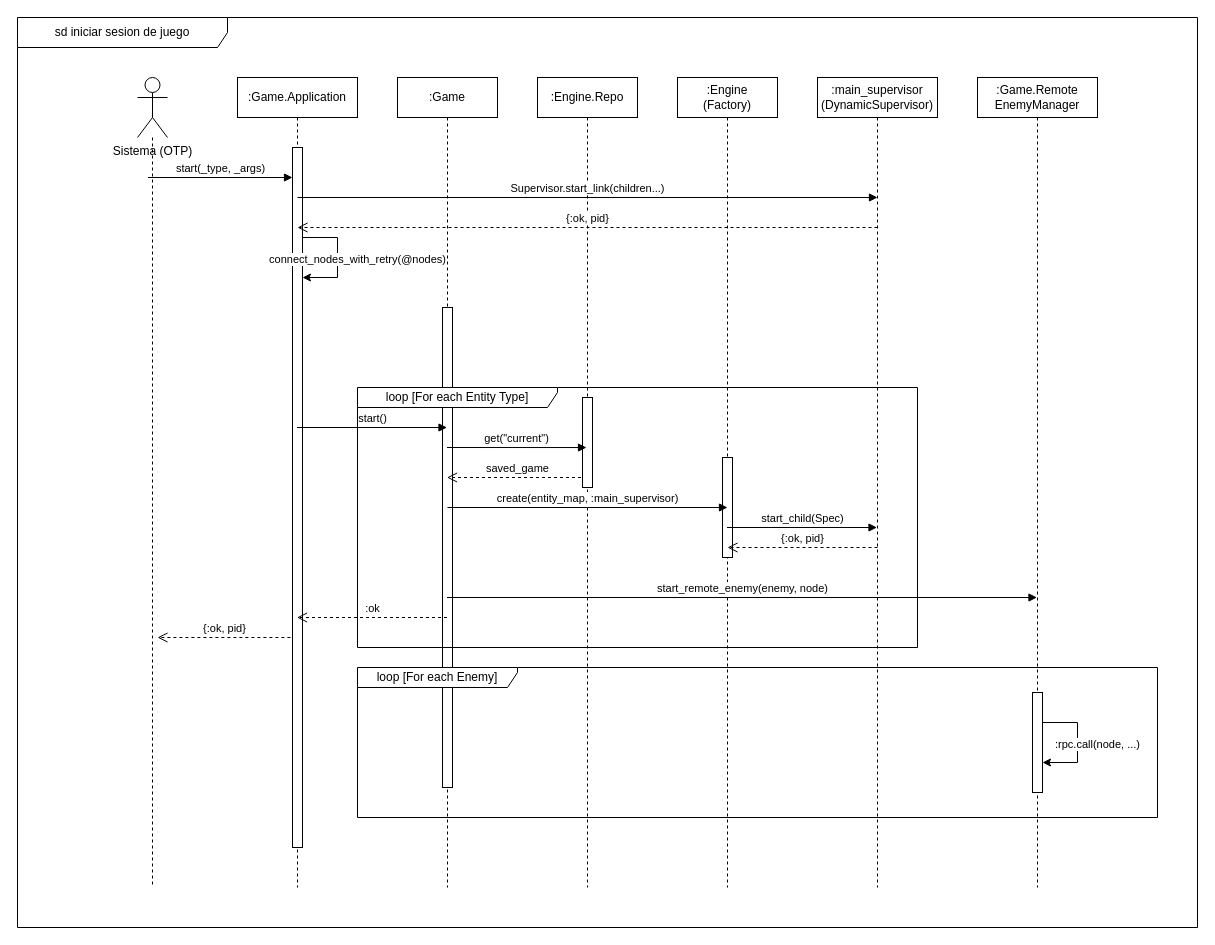
This is document/tex_files/mainmatter/chapter_5/images/design_game/secuence_diagrams/start_game_session.drawio from ThAlsay/Hephaestus, a draw.io file, before an edit. Source tidied: cells renumbered, new cells numbered last; positions are measured from the earlier drawing's top-left corner, leaving out a move shared by most shapes. Both pictures are drawn from the tidied source at 100%, with x=0, y=0 at pixel (17, 17).
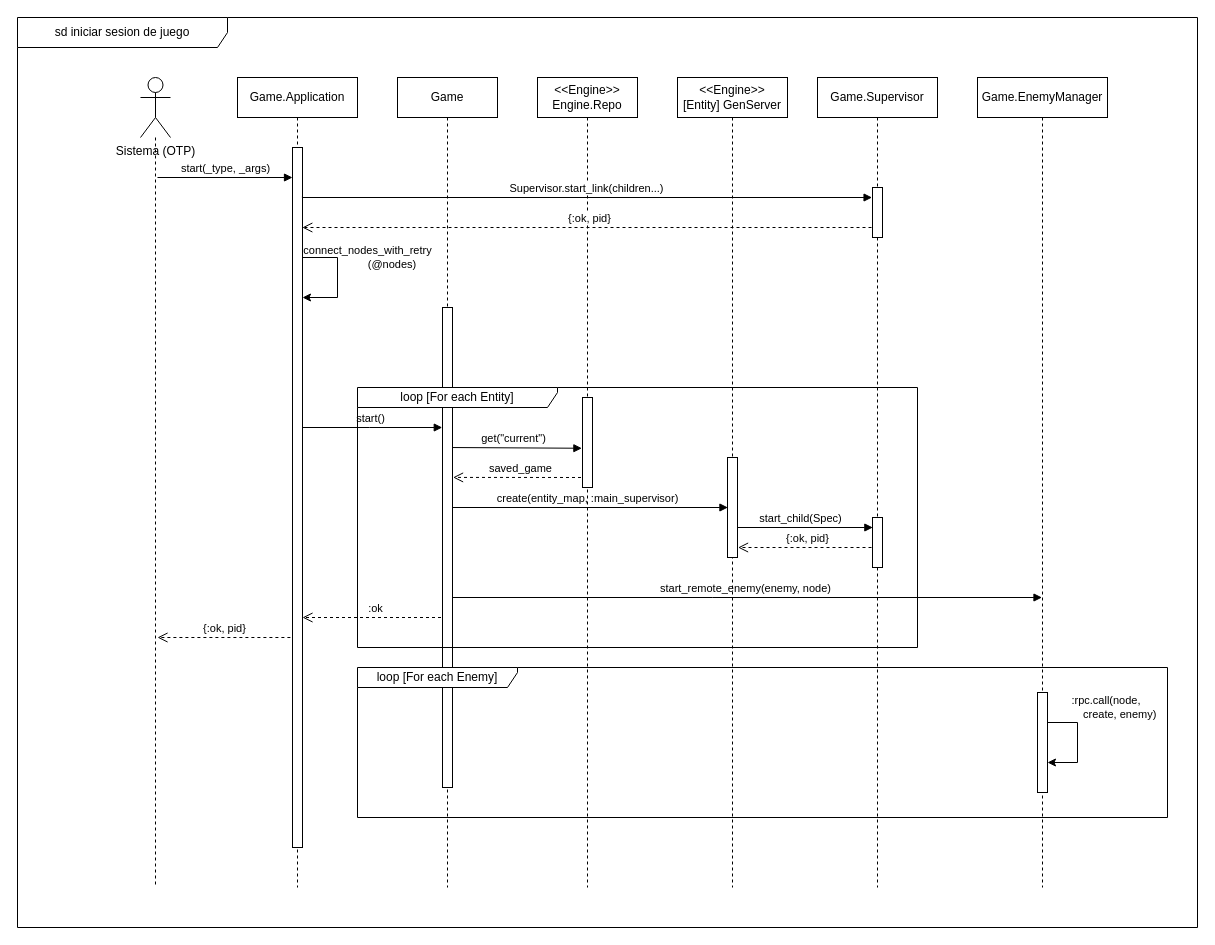
The same page after the edit.

Unchanged cells that the change refers to:
```xml
<mxCell id="9" style="html=1;points=[];perimeter=orthogonalPerimeter;" parent="8" vertex="1">
  <mxGeometry x="45" y="230" width="10" height="480" as="geometry" />
</mxCell>
<mxCell id="29" style="html=1;points=[];perimeter=orthogonalPerimeter;fillColor=default;" parent="1" vertex="1">
  <mxGeometry x="565" y="380" width="10" height="90" as="geometry" />
</mxCell>
```

What changed in the source:
```diff
@@
+    <mxCell id="23" value="create(entity_map, :main_supervisor)" style="html=1;verticalAlign=bottom;endArrow=block;edgeStyle=elbowEdgeStyle;elbow=vertical;curved=0;rounded=0;entryX=0.044;entryY=0.496;entryDx=0;entryDy=0;entryPerimeter=0;" parent="1" edge="1" target="12">
+      <mxGeometry relative="1" as="geometry">
+        <mxPoint x="430" y="490" as="sourcePoint" />
+      </mxGeometry>
+    </mxCell>
+    <mxCell id="27" value="start_remote_enemy(enemy, node)" style="html=1;verticalAlign=bottom;endArrow=block;edgeStyle=elbowEdgeStyle;elbow=vertical;curved=0;rounded=0;" parent="1" edge="1" target="15">
+      <mxGeometry relative="1" as="geometry">
+        <mxPoint x="429.5" y="580" as="sourcePoint" />
+      </mxGeometry>
+    </mxCell>
+    <mxCell id="24" value="start_child(Spec)" style="html=1;verticalAlign=bottom;endArrow=block;edgeStyle=elbowEdgeStyle;elbow=vertical;curved=0;rounded=0;entryX=0.035;entryY=0.184;entryDx=0;entryDy=0;entryPerimeter=0;" parent="1" edge="1" target="33">
+      <mxGeometry relative="1" as="geometry">
+        <mxPoint x="709.5" y="510" as="sourcePoint" />
+      </mxGeometry>
+    </mxCell>
+    <mxCell id="30" value="get(&quot;current&quot;)" style="html=1;verticalAlign=bottom;endArrow=block;elbow=vertical;rounded=0;entryX=-0.062;entryY=0.564;entryDx=0;entryDy=0;entryPerimeter=0;" parent="1" edge="1" target="29">
+      <mxGeometry relative="1" as="geometry">
+        <mxPoint x="429.5" y="430" as="sourcePoint" />
+      </mxGeometry>
+    </mxCell>
+    <mxCell id="20" value="start()" style="html=1;verticalAlign=bottom;endArrow=block;edgeStyle=elbowEdgeStyle;elbow=vertical;curved=0;rounded=0;entryX=-0.023;entryY=0.25;entryDx=0;entryDy=0;entryPerimeter=0;" parent="1" edge="1" target="9">
+      <mxGeometry relative="1" as="geometry">
+        <mxPoint x="279.5" y="410" as="sourcePoint" />
+      </mxGeometry>
+    </mxCell>
+    <mxCell id="28" value=":ok" style="html=1;verticalAlign=bottom;endArrow=open;dashed=1;endSize=8;edgeStyle=elbowEdgeStyle;elbow=vertical;curved=0;rounded=0;entryX=1;entryY=0.671;entryDx=0;entryDy=0;entryPerimeter=0;" parent="1" edge="1" target="5">
+      <mxGeometry relative="1" as="geometry">
+        <mxPoint x="429.5" y="600" as="sourcePoint" />
+      </mxGeometry>
+    </mxCell>
     <mxCell id="2" value="Sistema (OTP)" style="shape=umlActor;verticalLabelPosition=bottom;verticalAlign=top;html=1;outlineConnect=0;" parent="1" vertex="1">
-      <mxGeometry x="120" y="60" width="30" height="60" as="geometry" />
+      <mxGeometry x="123" y="60" width="30" height="60" as="geometry" />
     </mxCell>
-    <mxCell id="3" style="endArrow=none;dashed=1;html=1;" parent="1" edge="1" source="2">
+    <mxCell id="3" style="endArrow=none;dashed=1;html=1;" parent="1" edge="1">
       <mxGeometry relative="1" as="geometry">
-        <mxPoint x="135" y="870" as="targetPoint" />
+        <mxPoint x="138" y="120" as="sourcePoint" />
+        <mxPoint x="138" y="870" as="targetPoint" />
       </mxGeometry>
     </mxCell>
-    <mxCell id="4" value=":Game.Application" style="shape=umlLifeline;perimeter=lifelinePerimeter;whiteSpace=wrap;html=1;" parent="1" vertex="1">
+    <mxCell id="4" value="Game.Application" style="shape=umlLifeline;perimeter=lifelinePerimeter;whiteSpace=wrap;html=1;" parent="1" vertex="1">
       <mxGeometry x="220" y="60" width="120" height="810" as="geometry" />
     </mxCell>
-    <mxCell id="5" style="html=1;points=[];perimeter=orthogonalPerimeter;" parent="4" vertex="1">
-      <mxGeometry x="55" y="70" width="10" height="700" as="geometry" />
-    </mxCell>
@@
     <mxCell id="7" value="start(_type, _args)" style="html=1;verticalAlign=bottom;endArrow=block;elbow=vertical;rounded=0;" parent="4" edge="1">
       <mxGeometry relative="1" as="geometry">
-        <mxPoint x="-89.5" y="100" as="sourcePoint" />
+        <mxPoint x="-80" y="100" as="sourcePoint" />
         <mxPoint x="55" y="100" as="targetPoint" />
       </mxGeometry>
     </mxCell>
+    <mxCell id="5" style="html=1;points=[];perimeter=orthogonalPerimeter;" parent="4" vertex="1">
+      <mxGeometry x="55" y="70" width="10" height="700" as="geometry" />
+    </mxCell>
-    <mxCell id="8" value=":Game" style="shape=umlLifeline;perimeter=lifelinePerimeter;whiteSpace=wrap;html=1;" parent="1" vertex="1">
+    <mxCell id="8" value="Game" style="shape=umlLifeline;perimeter=lifelinePerimeter;whiteSpace=wrap;html=1;" parent="1" vertex="1">
       <mxGeometry x="380" y="60" width="100" height="810" as="geometry" />
     </mxCell>
@@
-    <mxCell id="10" value=":Engine.Repo" style="shape=umlLifeline;perimeter=lifelinePerimeter;whiteSpace=wrap;html=1;" parent="1" vertex="1">
+    <mxCell id="10" value="&lt;div&gt;&amp;lt;&amp;lt;Engine&amp;gt;&amp;gt;&lt;/div&gt;Engine.Repo" style="shape=umlLifeline;perimeter=lifelinePerimeter;whiteSpace=wrap;html=1;" parent="1" vertex="1">
       <mxGeometry x="520" y="60" width="100" height="810" as="geometry" />
     </mxCell>
-    <mxCell id="11" value=":Engine&#10;(Factory)" style="shape=umlLifeline;perimeter=lifelinePerimeter;whiteSpace=wrap;html=1;" parent="1" vertex="1">
-      <mxGeometry x="660" y="60" width="100" height="810" as="geometry" />
+    <mxCell id="11" value="&amp;lt;&amp;lt;Engine&amp;gt;&amp;gt;&lt;div&gt;[Entity] GenServer&lt;/div&gt;" style="shape=umlLifeline;perimeter=lifelinePerimeter;whiteSpace=wrap;html=1;" parent="1" vertex="1">
+      <mxGeometry x="660" y="60" width="110" height="810" as="geometry" />
     </mxCell>
     <mxCell id="12" style="html=1;points=[];perimeter=orthogonalPerimeter;" parent="11" vertex="1">
-      <mxGeometry x="45" y="380" width="10" height="100" as="geometry" />
+      <mxGeometry x="50" y="380" width="10" height="100" as="geometry" />
     </mxCell>
-    <mxCell id="13" value="Supervisor.start_link(children...)" style="html=1;verticalAlign=bottom;endArrow=block;edgeStyle=elbowEdgeStyle;elbow=vertical;curved=0;rounded=0;" parent="11" edge="1">
-      <mxGeometry relative="1" as="geometry">
-        <mxPoint x="-380" y="120" as="sourcePoint" />
-        <mxPoint x="200" y="120" as="targetPoint" />
-        <Array as="points">
-          <mxPoint x="-99.5" y="120" />
-        </Array>
-      </mxGeometry>
-    </mxCell>
-    <mxCell id="14" value=":main_supervisor&lt;br&gt;(DynamicSupervisor)" style="shape=umlLifeline;perimeter=lifelinePerimeter;whiteSpace=wrap;html=1;" parent="1" vertex="1">
+    <mxCell id="14" value="Game.Supervisor" style="shape=umlLifeline;perimeter=lifelinePerimeter;whiteSpace=wrap;html=1;" parent="1" vertex="1">
       <mxGeometry x="800" y="60" width="120" height="810" as="geometry" />
     </mxCell>
-    <mxCell id="15" value=":Game.Remote&#10;EnemyManager" style="shape=umlLifeline;perimeter=lifelinePerimeter;whiteSpace=wrap;html=1;outlineConnect=0;" parent="1" vertex="1">
-      <mxGeometry x="960" y="60" width="120" height="810" as="geometry" />
+    <mxCell id="15" value="Game.EnemyManager" style="shape=umlLifeline;perimeter=lifelinePerimeter;whiteSpace=wrap;html=1;outlineConnect=0;" parent="1" vertex="1">
+      <mxGeometry x="960" y="60" width="130" height="810" as="geometry" />
     </mxCell>
     <mxCell id="16" style="html=1;points=[];perimeter=orthogonalPerimeter;" parent="15" vertex="1">
-      <mxGeometry x="55" y="615" width="10" height="100" as="geometry" />
+      <mxGeometry x="60" y="615" width="10" height="100" as="geometry" />
     </mxCell>
-    <mxCell id="17" value=":rpc.call(node, ...)" style="edgeStyle=orthogonalEdgeStyle;rounded=0;orthogonalLoop=1;jettySize=auto;html=1;curved=0;" parent="15" edge="1" source="16" target="16">
-      <mxGeometry x="0.04" y="20" relative="1" as="geometry">
+    <mxCell id="17" value=":rpc.call(node,&amp;nbsp;&lt;div&gt;&lt;span style=&quot;white-space: pre;&quot;&gt;&#9;&lt;/span&gt;create, enemy)&lt;/div&gt;" style="edgeStyle=orthogonalEdgeStyle;rounded=0;orthogonalLoop=1;jettySize=auto;html=1;curved=0;labelBackgroundColor=none;" parent="15" edge="1" source="16" target="16">
+      <mxGeometry x="-0.4" y="34" relative="1" as="geometry">
         <Array as="points">
           <mxPoint x="100" y="645" />
           <mxPoint x="100" y="685" />
         </Array>
+        <mxPoint x="-4" y="-15" as="offset" />
       </mxGeometry>
     </mxCell>
-    <mxCell id="18" value="{:ok, pid}" style="html=1;verticalAlign=bottom;endArrow=open;dashed=1;endSize=8;edgeStyle=elbowEdgeStyle;elbow=vertical;curved=0;rounded=0;" parent="1" edge="1">
+    <mxCell id="18" value="{:ok, pid}" style="html=1;verticalAlign=bottom;endArrow=open;dashed=1;endSize=8;edgeStyle=elbowEdgeStyle;elbow=vertical;curved=0;rounded=0;entryX=0.98;entryY=0.113;entryDx=0;entryDy=0;entryPerimeter=0;" parent="1" edge="1" target="5">
       <mxGeometry relative="1" as="geometry">
         <mxPoint x="860" y="210" as="sourcePoint" />
-        <mxPoint x="280" y="210" as="targetPoint" />
         <Array as="points">
           <mxPoint x="560.5" y="210" />
         </Array>
       </mxGeometry>
     </mxCell>
-    <mxCell id="19" value="connect_nodes_with_retry(@nodes)" style="edgeStyle=orthogonalEdgeStyle;rounded=0;orthogonalLoop=1;jettySize=auto;html=1;curved=0;" parent="1" edge="1" source="5" target="5">
-      <mxGeometry x="0.03" y="20" relative="1" as="geometry">
+    <mxCell id="19" value="connect_nodes_with_retry&lt;div&gt;&lt;span style=&quot;white-space: pre;&quot;&gt;&#9;&lt;/span&gt;&lt;span style=&quot;white-space: pre;&quot;&gt;&#9;&lt;/span&gt;(@nodes)&lt;/div&gt;" style="edgeStyle=orthogonalEdgeStyle;rounded=0;orthogonalLoop=1;jettySize=auto;html=1;curved=0;labelBackgroundColor=none;" parent="1" edge="1">
+      <mxGeometry x="-0.36" y="30" relative="1" as="geometry">
+        <mxPoint x="285" y="240" as="sourcePoint" />
+        <mxPoint x="285" y="280" as="targetPoint" />
         <Array as="points">
-          <mxPoint x="320" y="220" />
-          <mxPoint x="320" y="260" />
+          <mxPoint x="320" y="240" />
+          <mxPoint x="320" y="280" />
         </Array>
       </mxGeometry>
     </mxCell>
-    <mxCell id="20" value="start()" style="html=1;verticalAlign=bottom;endArrow=block;edgeStyle=elbowEdgeStyle;elbow=vertical;curved=0;rounded=0;" parent="1" edge="1">
-      <mxGeometry relative="1" as="geometry">
-        <mxPoint x="279.5" y="410" as="sourcePoint" />
-        <mxPoint x="429.5" y="410" as="targetPoint" />
-      </mxGeometry>
-    </mxCell>
-    <mxCell id="21" value="saved_game" style="html=1;verticalAlign=bottom;endArrow=open;dashed=1;endSize=8;elbow=vertical;rounded=0;" parent="1" edge="1">
+    <mxCell id="21" value="saved_game" style="html=1;verticalAlign=bottom;endArrow=open;dashed=1;endSize=8;elbow=vertical;rounded=0;entryX=1.054;entryY=0.354;entryDx=0;entryDy=0;entryPerimeter=0;" parent="1" edge="1" target="9">
       <mxGeometry relative="1" as="geometry">
         <mxPoint x="569.5" y="460" as="sourcePoint" />
-        <mxPoint x="429.5" y="460" as="targetPoint" />
       </mxGeometry>
     </mxCell>
-    <mxCell id="22" value="loop [For each Entity Type]" style="shape=umlFrame;whiteSpace=wrap;html=1;width=200;height=20;" parent="1" vertex="1">
+    <mxCell id="22" value="loop [For each Entity]" style="shape=umlFrame;whiteSpace=wrap;html=1;width=200;height=20;" parent="1" vertex="1">
       <mxGeometry x="340" y="370" width="560" height="260" as="geometry" />
     </mxCell>
-    <mxCell id="23" value="create(entity_map, :main_supervisor)" style="html=1;verticalAlign=bottom;endArrow=block;edgeStyle=elbowEdgeStyle;elbow=vertical;curved=0;rounded=0;" parent="1" edge="1">
-      <mxGeometry relative="1" as="geometry">
-        <mxPoint x="430" y="490" as="sourcePoint" />
-        <mxPoint x="710" y="490" as="targetPoint" />
-      </mxGeometry>
-    </mxCell>
-    <mxCell id="24" value="start_child(Spec)" style="html=1;verticalAlign=bottom;endArrow=block;edgeStyle=elbowEdgeStyle;elbow=vertical;curved=0;rounded=0;" parent="1" edge="1">
-      <mxGeometry relative="1" as="geometry">
-        <mxPoint x="709.5" y="510" as="sourcePoint" />
-        <mxPoint x="859.5" y="510" as="targetPoint" />
-      </mxGeometry>
-    </mxCell>
-    <mxCell id="25" value="{:ok, pid}" style="html=1;verticalAlign=bottom;endArrow=open;dashed=1;endSize=8;edgeStyle=elbowEdgeStyle;elbow=vertical;curved=0;rounded=0;" parent="1" edge="1">
+    <mxCell id="25" value="{:ok, pid}" style="html=1;verticalAlign=bottom;endArrow=open;dashed=1;endSize=8;edgeStyle=elbowEdgeStyle;elbow=vertical;curved=0;rounded=0;entryX=1.054;entryY=0.905;entryDx=0;entryDy=0;entryPerimeter=0;" parent="1" edge="1" target="12">
       <mxGeometry relative="1" as="geometry">
         <mxPoint x="860" y="530" as="sourcePoint" />
-        <mxPoint x="710" y="530" as="targetPoint" />
       </mxGeometry>
     </mxCell>
     <mxCell id="26" value="loop [For each Enemy]" style="shape=umlFrame;whiteSpace=wrap;html=1;width=160;height=20;" parent="1" vertex="1">
-      <mxGeometry x="340" y="650" width="800" height="150" as="geometry" />
+      <mxGeometry x="340" y="650" width="810" height="150" as="geometry" />
     </mxCell>
-    <mxCell id="27" value="start_remote_enemy(enemy, node)" style="html=1;verticalAlign=bottom;endArrow=block;edgeStyle=elbowEdgeStyle;elbow=vertical;curved=0;rounded=0;" parent="1" edge="1">
-      <mxGeometry relative="1" as="geometry">
-        <mxPoint x="429.5" y="580" as="sourcePoint" />
-        <mxPoint x="1019.5" y="580" as="targetPoint" />
-      </mxGeometry>
-    </mxCell>
-    <mxCell id="28" value=":ok" style="html=1;verticalAlign=bottom;endArrow=open;dashed=1;endSize=8;edgeStyle=elbowEdgeStyle;elbow=vertical;curved=0;rounded=0;" parent="1" edge="1">
-      <mxGeometry relative="1" as="geometry">
-        <mxPoint x="429.5" y="600" as="sourcePoint" />
-        <mxPoint x="279.5" y="600" as="targetPoint" />
-      </mxGeometry>
-    </mxCell>
@@
-    <mxCell id="30" value="get(&quot;current&quot;)" style="html=1;verticalAlign=bottom;endArrow=block;elbow=vertical;rounded=0;entryX=0.4;entryY=0.556;entryDx=0;entryDy=0;entryPerimeter=0;" parent="1" edge="1" target="29">
-      <mxGeometry relative="1" as="geometry">
-        <mxPoint x="429.5" y="430" as="sourcePoint" />
-      </mxGeometry>
-    </mxCell>
@@
+    <mxCell id="32" style="html=1;points=[];perimeter=orthogonalPerimeter;" parent="1" vertex="1">
+      <mxGeometry x="855" y="170" width="10" height="50" as="geometry" />
+    </mxCell>
+    <mxCell id="13" value="Supervisor.start_link(children...)" style="html=1;verticalAlign=bottom;endArrow=block;edgeStyle=elbowEdgeStyle;elbow=vertical;curved=0;rounded=0;exitX=0.989;exitY=0.07;exitDx=0;exitDy=0;exitPerimeter=0;entryX=-0.042;entryY=0.199;entryDx=0;entryDy=0;entryPerimeter=0;" parent="1" edge="1" source="5" target="32">
+      <mxGeometry relative="1" as="geometry">
+        <Array as="points">
+          <mxPoint x="560.5" y="180" />
+        </Array>
+      </mxGeometry>
+    </mxCell>
+    <mxCell id="33" style="html=1;points=[];perimeter=orthogonalPerimeter;" parent="1" vertex="1">
+      <mxGeometry x="855" y="500" width="10" height="50" as="geometry" />
+    </mxCell>
```
